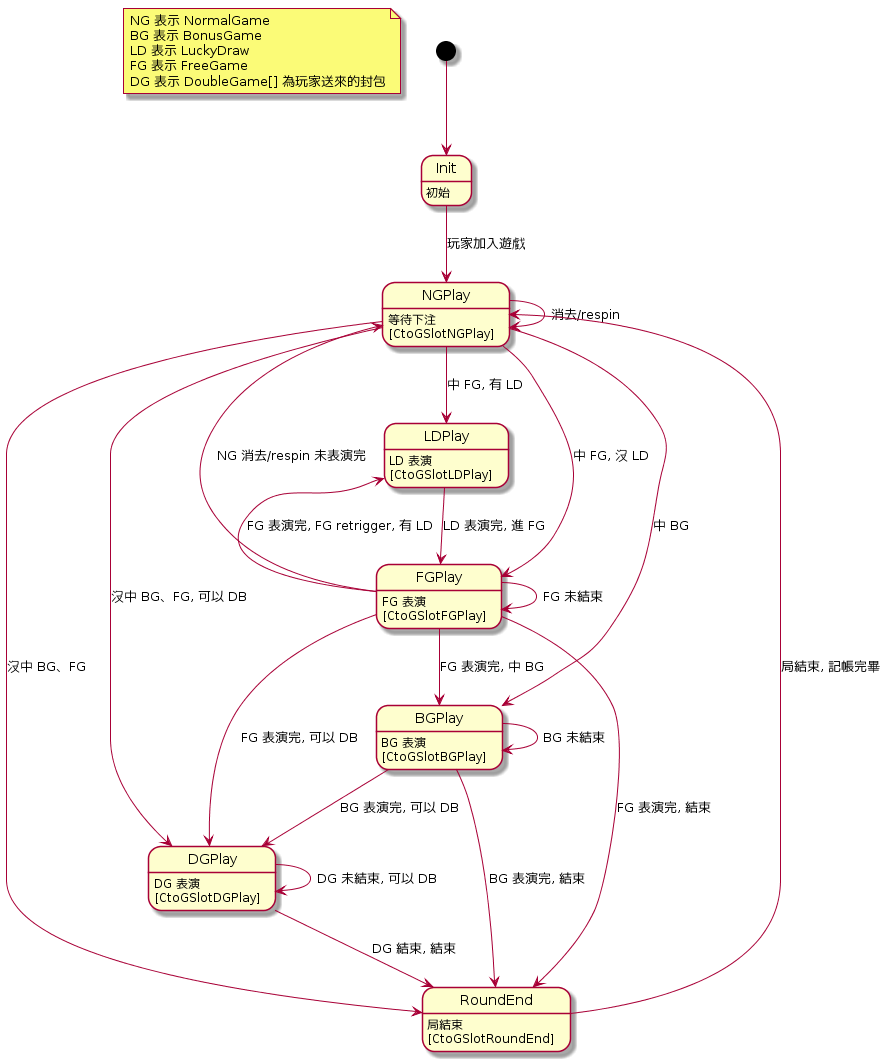
Above: slot/RoomState.png in s9256001/digame (PlantUML), before the change.
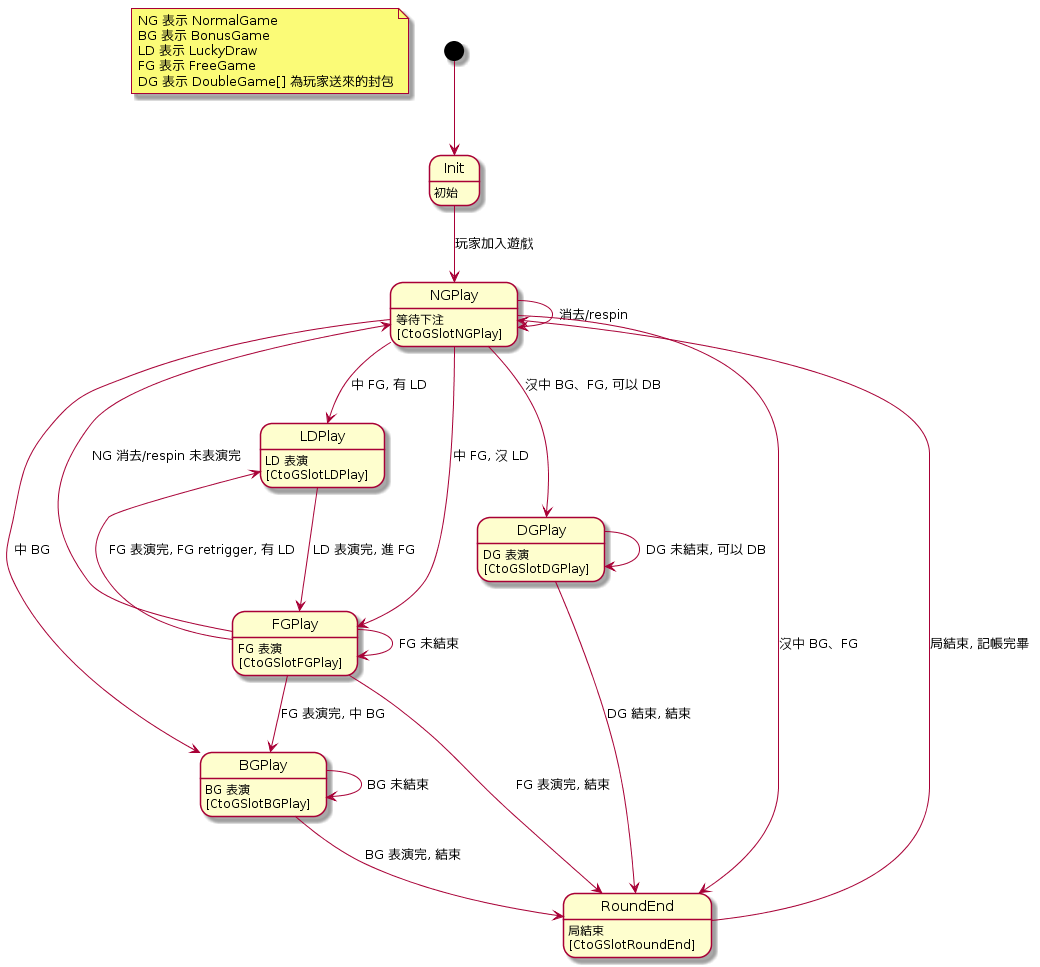
The same file after the commit.

The edit, as a diff of the source:
```diff
@@ -20,7 +20,6 @@
 FGPlay --> NGPlay : NG 消去/respin 未表演完
 
 BGPlay --> BGPlay : BG 未結束
-BGPlay --> DGPlay : BG 表演完, 可以 DB
 BGPlay --> RoundEnd : BG 表演完, 結束
 
 LDPlay --> FGPlay : LD 表演完, 進 FG
@@ -28,7 +27,6 @@
 FGPlay --> FGPlay : FG 未結束
 FGPlay --> LDPlay : FG 表演完, FG retrigger, 有 LD
 FGPlay --> BGPlay : FG 表演完, 中 BG
-FGPlay --> DGPlay : FG 表演完, 可以 DB
 FGPlay --> RoundEnd : FG 表演完, 結束
 
 DGPlay --> DGPlay : DG 未結束, 可以 DB
```
